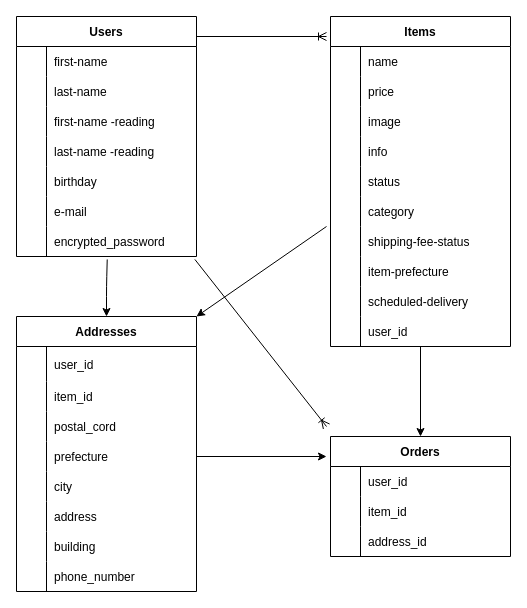
The draw.io diagram furima.dio in kzykH1015/furima-38139, before the edit. Source tidied: cells renumbered, new cells numbered last; positions are measured from the earlier drawing's top-left corner, leaving out a move shared by most shapes. Both pictures are drawn from the tidied source at 100%, with x=0, y=0 at pixel (16, 16).
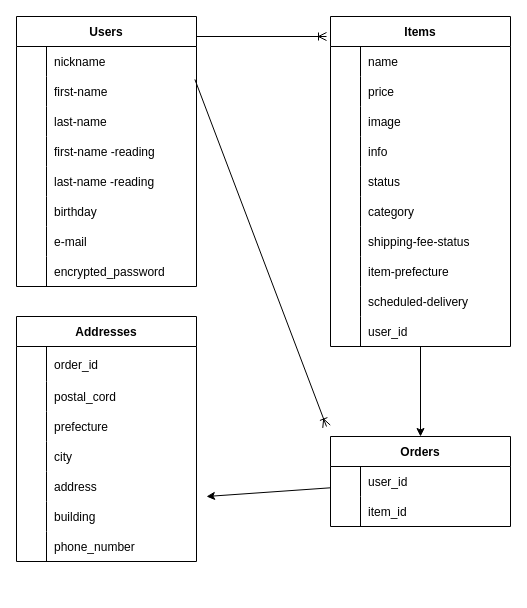
After the change.

Commit message (it also covers changes not shown here):
データベース設計修正２

Unchanged cells that the change refers to:
```xml
<mxCell id="69" style="shape=partialRectangle;fillColor=none;top=0;left=0;bottom=0;right=0;" parent="68" vertex="1">
  <mxGeometry y="30" width="180" height="35" as="geometry" />
</mxCell>
```

Diff of the diagram source:
```diff
@@
     <mxCell id="2" value="Users" style="shape=table;startSize=30;childLayout=tableLayout;rowLines=0;fontStyle=1;align=center;strokeColor=default;" parent="1" vertex="1">
-      <mxGeometry width="180" height="240" as="geometry" />
+      <mxGeometry width="180" height="270" as="geometry" />
     </mxCell>
+    <mxCell id="21" style="shape=partialRectangle;fillColor=none;top=0;left=0;bottom=0;right=0;points=[[0,0.5],[1,0.5]];portConstraint=eastwest;" parent="2" vertex="1">
+      <mxGeometry y="30" width="180" height="30" as="geometry" />
+    </mxCell>
+    <mxCell id="22" style="shape=partialRectangle;fillColor=none;top=0;left=0;bottom=0;right=0;overflow=hidden;" parent="21" vertex="1">
+      <mxGeometry width="30" height="30" as="geometry" />
+    </mxCell>
+    <mxCell id="23" value="nickname" style="shape=partialRectangle;fillColor=none;top=0;left=0;bottom=0;right=0;align=left;spacingLeft=6;overflow=hidden;" parent="21" vertex="1">
+      <mxGeometry x="30" width="150" height="30" as="geometry" />
+    </mxCell>
     <mxCell id="3" style="shape=partialRectangle;fillColor=none;top=0;left=0;bottom=0;right=0;" parent="2" vertex="1">
-      <mxGeometry y="30" width="180" height="30" as="geometry" />
+      <mxGeometry y="60" width="180" height="30" as="geometry" />
     </mxCell>
@@
     <mxCell id="6" style="shape=partialRectangle;fillColor=none;top=0;left=0;bottom=0;right=0;" parent="2" vertex="1">
-      <mxGeometry y="60" width="180" height="30" as="geometry" />
+      <mxGeometry y="90" width="180" height="30" as="geometry" />
     </mxCell>
@@
     <mxCell id="9" style="shape=partialRectangle;fillColor=none;top=0;left=0;bottom=0;right=0;" parent="2" vertex="1">
-      <mxGeometry y="90" width="180" height="30" as="geometry" />
+      <mxGeometry y="120" width="180" height="30" as="geometry" />
     </mxCell>
@@
     <mxCell id="12" style="shape=partialRectangle;fillColor=none;top=0;left=0;bottom=0;right=0;" parent="2" vertex="1">
-      <mxGeometry y="120" width="180" height="30" as="geometry" />
+      <mxGeometry y="150" width="180" height="30" as="geometry" />
     </mxCell>
@@
     <mxCell id="15" style="shape=partialRectangle;fillColor=none;top=0;left=0;bottom=0;right=0;" parent="2" vertex="1">
-      <mxGeometry y="150" width="180" height="30" as="geometry" />
+      <mxGeometry y="180" width="180" height="30" as="geometry" />
     </mxCell>
@@
     <mxCell id="18" style="shape=partialRectangle;fillColor=none;top=0;left=0;bottom=0;right=0;" parent="2" vertex="1">
-      <mxGeometry y="180" width="180" height="30" as="geometry" />
+      <mxGeometry y="210" width="180" height="30" as="geometry" />
     </mxCell>
@@
-    <mxCell id="21" style="shape=partialRectangle;fillColor=none;top=0;left=0;bottom=0;right=0;points=[[0,0.5],[1,0.5]];portConstraint=eastwest;" parent="2" vertex="1">
-      <mxGeometry y="210" width="180" height="30" as="geometry" />
-    </mxCell>
-    <mxCell id="22" style="shape=partialRectangle;fillColor=none;top=0;left=0;bottom=0;right=0;overflow=hidden;" parent="21" vertex="1">
-      <mxGeometry width="30" height="30" as="geometry" />
-    </mxCell>
-    <mxCell id="23" value="encrypted_password" style="shape=partialRectangle;fillColor=none;top=0;left=0;bottom=0;right=0;align=left;spacingLeft=6;overflow=hidden;" parent="21" vertex="1">
-      <mxGeometry x="30" width="150" height="30" as="geometry" />
-    </mxCell>
+    <mxCell id="97" style="shape=partialRectangle;fillColor=none;top=0;left=0;bottom=0;right=0;" parent="2" vertex="1">
+      <mxGeometry y="240" width="180" height="30" as="geometry" />
+    </mxCell>
+    <mxCell id="98" style="shape=partialRectangle;fillColor=none;top=0;left=0;bottom=0;right=0;overflow=hidden;" parent="97" vertex="1">
+      <mxGeometry width="30" height="30" as="geometry" />
+    </mxCell>
+    <mxCell id="99" value="encrypted_password" style="shape=partialRectangle;fillColor=none;top=0;left=0;bottom=0;right=0;align=left;spacingLeft=6;overflow=hidden;" parent="97" vertex="1">
+      <mxGeometry x="30" width="150" height="30" as="geometry" />
+    </mxCell>
@@
+    <mxCell id="100" style="edgeStyle=none;html=1;endArrow=classic;endFill=1;" parent="1" edge="1" source="57">
+      <mxGeometry relative="1" as="geometry">
+        <mxPoint x="190" y="480" as="targetPoint" />
+      </mxGeometry>
+    </mxCell>
     <mxCell id="57" value="Orders" style="shape=table;startSize=30;childLayout=tableLayout;rowLines=0;fontStyle=1;align=center;" parent="1" vertex="1">
-      <mxGeometry x="314" y="420" width="180" height="120" as="geometry" />
+      <mxGeometry x="314" y="420" width="180" height="90" as="geometry" />
     </mxCell>
@@
-    <mxCell id="64" style="shape=partialRectangle;fillColor=none;top=0;left=0;bottom=0;right=0;" parent="57" vertex="1">
-      <mxGeometry y="90" width="180" height="30" as="geometry" />
-    </mxCell>
-    <mxCell id="65" style="shape=partialRectangle;fillColor=none;top=0;left=0;bottom=0;right=0;overflow=hidden;" parent="64" vertex="1">
-      <mxGeometry width="30" height="30" as="geometry" />
-    </mxCell>
-    <mxCell id="66" value="address_id" style="shape=partialRectangle;fillColor=none;top=0;left=0;bottom=0;right=0;align=left;spacingLeft=6;overflow=hidden;" parent="64" vertex="1">
-      <mxGeometry x="30" width="150" height="30" as="geometry" />
-    </mxCell>
@@
     <mxCell id="68" value="Addresses" style="shape=table;startSize=30;childLayout=tableLayout;rowLines=0;fontStyle=1;align=center;" parent="1" vertex="1">
-      <mxGeometry y="300" width="180" height="275" as="geometry" />
+      <mxGeometry y="300" width="180" height="245" as="geometry" />
     </mxCell>
@@
-    <mxCell id="71" value="user_id" style="shape=partialRectangle;fillColor=none;top=0;left=0;bottom=0;right=0;align=left;spacingLeft=6;overflow=hidden;" parent="69" vertex="1">
+    <mxCell id="71" value="order_id" style="shape=partialRectangle;fillColor=none;top=0;left=0;bottom=0;right=0;align=left;spacingLeft=6;overflow=hidden;" parent="69" vertex="1">
       <mxGeometry x="30" width="150" height="35" as="geometry" />
     </mxCell>
-    <mxCell id="72" style="shape=partialRectangle;fillColor=none;top=0;left=0;bottom=0;right=0;" parent="68" vertex="1">
-      <mxGeometry y="65" width="180" height="30" as="geometry" />
-    </mxCell>
-    <mxCell id="73" style="shape=partialRectangle;fillColor=none;top=0;left=0;bottom=0;right=0;overflow=hidden;" parent="72" vertex="1">
-      <mxGeometry width="30" height="30" as="geometry" />
-    </mxCell>
-    <mxCell id="74" value="item_id" style="shape=partialRectangle;fillColor=none;top=0;left=0;bottom=0;right=0;align=left;spacingLeft=6;overflow=hidden;" parent="72" vertex="1">
-      <mxGeometry x="30" width="150" height="30" as="geometry" />
-    </mxCell>
     <mxCell id="75" style="shape=partialRectangle;fillColor=none;top=0;left=0;bottom=0;right=0;" parent="68" vertex="1">
-      <mxGeometry y="95" width="180" height="30" as="geometry" />
+      <mxGeometry y="65" width="180" height="30" as="geometry" />
     </mxCell>
@@
     <mxCell id="78" style="shape=partialRectangle;fillColor=none;top=0;left=0;bottom=0;right=0;points=[[0,0.5],[1,0.5]];portConstraint=eastwest;" parent="68" vertex="1">
-      <mxGeometry y="125" width="180" height="30" as="geometry" />
+      <mxGeometry y="95" width="180" height="30" as="geometry" />
     </mxCell>
@@
     <mxCell id="81" style="shape=partialRectangle;fillColor=none;top=0;left=0;bottom=0;right=0;" parent="68" vertex="1">
-      <mxGeometry y="155" width="180" height="30" as="geometry" />
+      <mxGeometry y="125" width="180" height="30" as="geometry" />
     </mxCell>
@@
     <mxCell id="84" style="shape=partialRectangle;fillColor=none;top=0;left=0;bottom=0;right=0;" parent="68" vertex="1">
-      <mxGeometry y="185" width="180" height="30" as="geometry" />
+      <mxGeometry y="155" width="180" height="30" as="geometry" />
     </mxCell>
@@
     <mxCell id="87" style="shape=partialRectangle;fillColor=none;top=0;left=0;bottom=0;right=0;" parent="68" vertex="1">
-      <mxGeometry y="215" width="180" height="30" as="geometry" />
+      <mxGeometry y="185" width="180" height="30" as="geometry" />
     </mxCell>
@@
     <mxCell id="90" style="shape=partialRectangle;fillColor=none;top=0;left=0;bottom=0;right=0;" parent="68" vertex="1">
-      <mxGeometry y="245" width="180" height="30" as="geometry" />
+      <mxGeometry y="215" width="180" height="30" as="geometry" />
     </mxCell>
@@
-    <mxCell id="93" style="edgeStyle=none;html=1;endArrow=classic;endFill=1;" parent="1" edge="1">
-      <mxGeometry relative="1" as="geometry">
-        <mxPoint x="310" y="210" as="sourcePoint" />
-        <mxPoint x="180" y="300" as="targetPoint" />
-      </mxGeometry>
-    </mxCell>
-    <mxCell id="94" style="edgeStyle=none;html=1;endArrow=classic;endFill=1;exitX=0.504;exitY=1.098;exitDx=0;exitDy=0;exitPerimeter=0;entryX=0.5;entryY=0;entryDx=0;entryDy=0;" parent="1" edge="1" source="21" target="68">
-      <mxGeometry relative="1" as="geometry">
-        <Array as="points">
-          <mxPoint x="90" y="270" />
-        </Array>
-      </mxGeometry>
-    </mxCell>
-    <mxCell id="95" style="edgeStyle=none;html=1;endArrow=classic;endFill=1;" parent="1" edge="1" source="78">
-      <mxGeometry relative="1" as="geometry">
-        <mxPoint x="310" y="440" as="targetPoint" />
-      </mxGeometry>
-    </mxCell>
```
